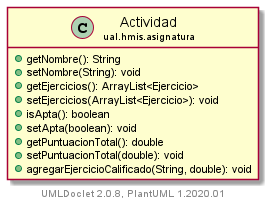
This is EvaluarEjercicios/uml/ual.hmis.asignatura.Actividad.png from sb575/ProyectoEjercicio05, a PlantUML export, as it was before one commit. Its diagram source:
```plantuml
@startuml
    set namespaceSeparator none
    hide empty fields
    hide empty methods

    class "<size:14>Actividad\n<size:10>ual.hmis.asignatura" as ual.hmis.asignatura.Actividad [[../ual/hmis/asignatura/Actividad.html]] {
        +getNombre(): String
        +setNombre(String): void
        +getEjercicios(): ArrayList<Ejercicio>
        +setEjercicios(ArrayList<Ejercicio>): void
        +isApta(): boolean
        +setApta(boolean): void
        +getPuntuacionTotal(): double
        +setPuntuacionTotal(double): void
        +agregarEjercicioCalificado(String, double): void
    }

    center footer UMLDoclet 2.0.8, PlantUML 1.2020.01
@enduml
```
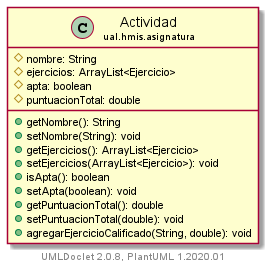
Later version of the same file.

What changed in the source:
```diff
@@ -4,6 +4,10 @@
     hide empty methods
 
     class "<size:14>Actividad\n<size:10>ual.hmis.asignatura" as ual.hmis.asignatura.Actividad [[../ual/hmis/asignatura/Actividad.html]] {
+        #nombre: String
+        #ejercicios: ArrayList<Ejercicio>
+        #apta: boolean
+        #puntuacionTotal: double
         +getNombre(): String
         +setNombre(String): void
         +getEjercicios(): ArrayList<Ejercicio>
```
